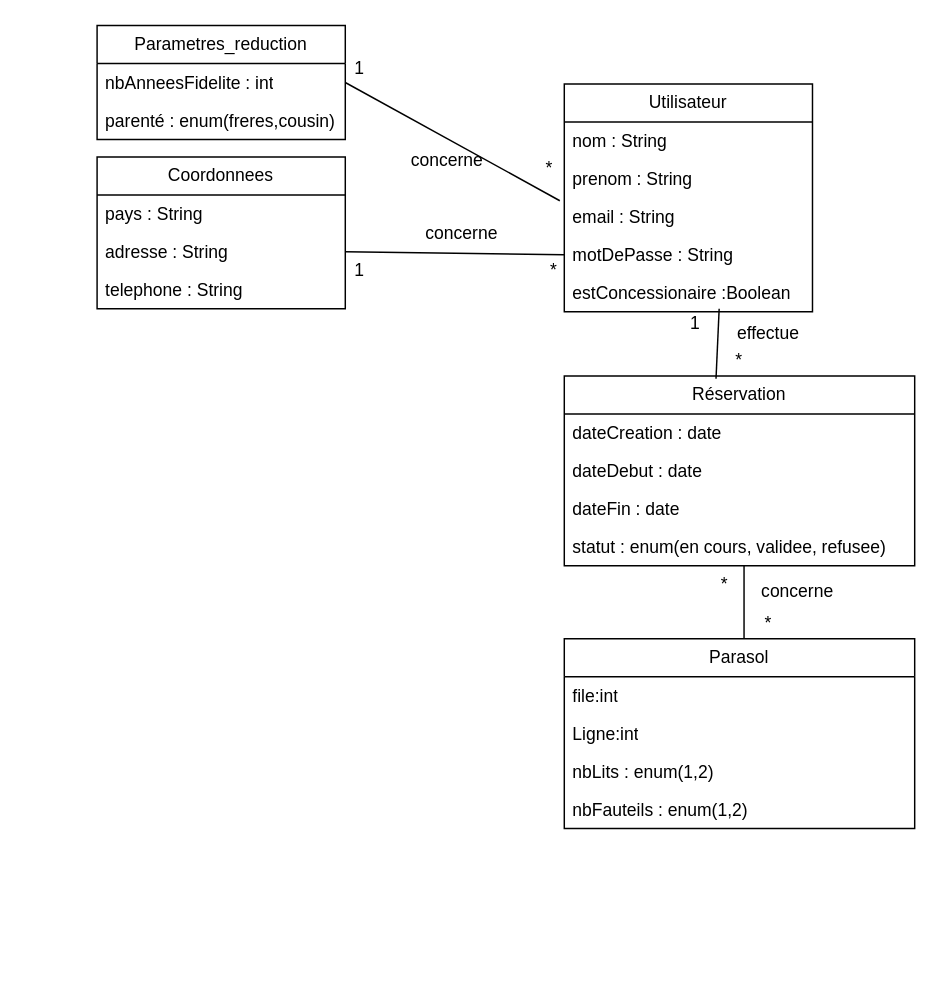
This is classes_business_case.drawio from ewan-delanoy/uml_diagram, a draw.io file, before an edit. Source tidied: cells renumbered, new cells numbered last; positions are measured from the earlier drawing's top-left corner, leaving out a move shared by most shapes. Both pictures are drawn from the tidied source at 146%, with x=0, y=0 at pixel (96, 25).
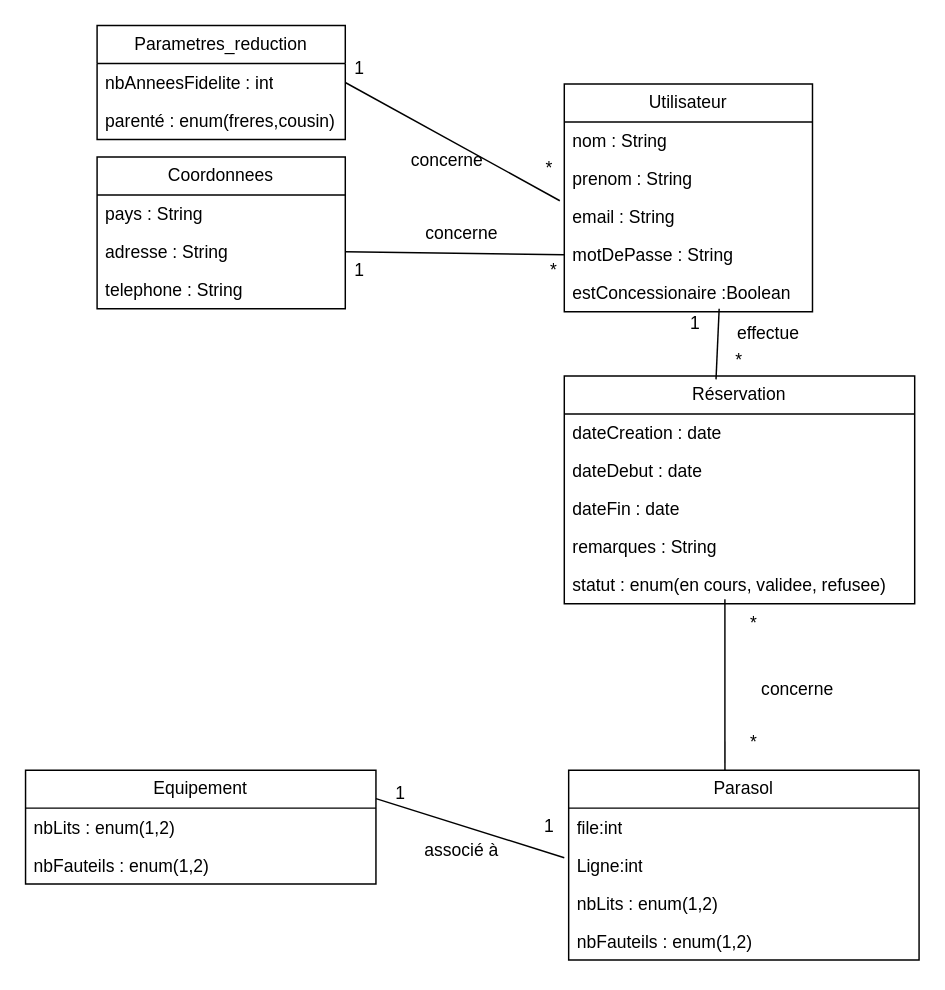
After the change.

Commit message (it also covers changes not shown here):
Mettre à jour classes_business_case.drawio

Unchanged cells that the change refers to:
```xml
<mxCell id="14" value="estConcessionaire :Boolean" style="text;strokeColor=none;fillColor=none;align=left;verticalAlign=top;spacingLeft=4;spacingRight=4;overflow=hidden;points=[[0,0.5],[1,0.5]];portConstraint=eastwest;whiteSpace=wrap;html=1;" parent="9" vertex="1">
  <mxGeometry y="130" width="170" height="26" as="geometry" />
</mxCell>
```

Change to the diagram source:
```diff
@@
     <mxCell id="15" value="Réservation" style="swimlane;fontStyle=0;horizontal=1;startSize=26;fillColor=none;whiteSpace=wrap;html=1;" parent="1" vertex="1">
-      <mxGeometry x="320" y="240" width="240" height="130" as="geometry" />
+      <mxGeometry x="320" y="240" width="240" height="156" as="geometry" />
     </mxCell>
@@
+    <mxCell id="41" value="remarques : String" style="text;strokeColor=none;fillColor=none;align=left;verticalAlign=top;spacingLeft=4;spacingRight=4;overflow=hidden;whiteSpace=wrap;html=1;" parent="15" vertex="1">
+      <mxGeometry y="104" width="240" height="26" as="geometry" />
+    </mxCell>
     <mxCell id="19" value="&lt;div&gt;statut : enum(en cours, validee, refusee)&lt;/div&gt;&lt;div&gt;&lt;br&gt;&lt;/div&gt;" style="text;strokeColor=none;fillColor=none;align=left;verticalAlign=top;spacingLeft=4;spacingRight=4;overflow=hidden;points=[[0,0.5],[1,0.5]];portConstraint=eastwest;whiteSpace=wrap;html=1;" parent="15" vertex="1">
-      <mxGeometry y="104" width="240" height="26" as="geometry" />
+      <mxGeometry y="130" width="240" height="26" as="geometry" />
     </mxCell>
     <mxCell id="20" value="Parasol" style="swimlane;fontStyle=0;horizontal=1;startSize=26;fillColor=none;whiteSpace=wrap;html=1;" parent="1" vertex="1">
-      <mxGeometry x="320" y="420" width="240" height="130" as="geometry" />
+      <mxGeometry x="323" y="510" width="240" height="130" as="geometry" />
     </mxCell>
@@
-    <mxCell id="27" style="endArrow=none;html=1;rounded=0;exitX=0.513;exitY=1;exitDx=0;exitDy=0;exitPerimeter=0;entryX=0.513;entryY=0;entryDx=0;entryDy=0;entryPerimeter=0;" parent="1" edge="1" source="19" target="20">
-      <mxGeometry relative="1" as="geometry" />
+    <mxCell id="27" style="endArrow=none;html=1;rounded=0;exitX=0.5;exitY=1;exitDx=0;exitDy=0;entryX=0.446;entryY=0;entryDx=0;entryDy=0;entryPerimeter=0;" parent="1" edge="1" target="20">
+      <mxGeometry relative="1" as="geometry">
+        <mxPoint x="430" y="393" as="sourcePoint" />
+      </mxGeometry>
     </mxCell>
@@
     <mxCell id="30" value="*" style="text;html=1;strokeColor=none;fillColor=none;align=center;verticalAlign=middle;whiteSpace=wrap;rounded=0;" parent="1" vertex="1">
-      <mxGeometry x="450" y="400" width="20" height="20" as="geometry" />
+      <mxGeometry x="440" y="400" width="20" height="20" as="geometry" />
     </mxCell>
     <mxCell id="31" value="concerne" style="text;html=1;strokeColor=none;fillColor=none;align=center;verticalAlign=middle;whiteSpace=wrap;rounded=0;" parent="1" vertex="1">
-      <mxGeometry x="450" y="373" width="60" height="30" as="geometry" />
+      <mxGeometry x="450" y="440" width="60" height="30" as="geometry" />
     </mxCell>
@@
+    <mxCell id="40" style="endArrow=none;html=1;rounded=0;entryX=0.624;entryY=0.923;entryDx=0;entryDy=0;entryPerimeter=0;exitX=0.433;exitY=0.015;exitDx=0;exitDy=0;exitPerimeter=0;" parent="1" edge="1" source="15" target="14">
+      <mxGeometry relative="1" as="geometry" />
+    </mxCell>
     <mxCell id="39" value="*" style="text;html=1;strokeColor=none;fillColor=none;align=center;verticalAlign=middle;whiteSpace=wrap;rounded=0;" parent="1" vertex="1">
-      <mxGeometry x="420" y="373" width="20" height="20" as="geometry" />
+      <mxGeometry x="440" y="481" width="20" height="20" as="geometry" />
     </mxCell>
-    <mxCell id="40" style="endArrow=none;html=1;rounded=0;entryX=0.624;entryY=0.923;entryDx=0;entryDy=0;entryPerimeter=0;exitX=0.433;exitY=0.015;exitDx=0;exitDy=0;exitPerimeter=0;" parent="1" edge="1" source="15" target="14">
-      <mxGeometry relative="1" as="geometry" />
-    </mxCell>
+    <mxCell id="42" value="Equipement" style="swimlane;fontStyle=0;horizontal=1;startSize=26;fillColor=none;whiteSpace=wrap;html=1;" parent="1" vertex="1">
+      <mxGeometry x="-49" y="510" width="240" height="78" as="geometry" />
+    </mxCell>
+    <mxCell id="43" value="nbLits : enum(1,2)" style="text;strokeColor=none;fillColor=none;align=left;verticalAlign=top;spacingLeft=4;spacingRight=4;overflow=hidden;whiteSpace=wrap;html=1;" parent="42" vertex="1">
+      <mxGeometry y="26" width="240" height="26" as="geometry" />
+    </mxCell>
+    <mxCell id="44" value="nbFauteils : enum(1,2)" style="text;strokeColor=none;fillColor=none;align=left;verticalAlign=top;spacingLeft=4;spacingRight=4;overflow=hidden;whiteSpace=wrap;html=1;" parent="42" vertex="1">
+      <mxGeometry y="52" width="240" height="26" as="geometry" />
+    </mxCell>
+    <mxCell id="45" style="endArrow=none;html=1;rounded=0;exitX=1;exitY=0.25;exitDx=0;exitDy=0;" parent="1" edge="1" source="42">
+      <mxGeometry relative="1" as="geometry">
+        <mxPoint x="320" y="570" as="targetPoint" />
+      </mxGeometry>
+    </mxCell>
+    <mxCell id="46" value="1" style="text;html=1;strokeColor=none;fillColor=none;align=center;verticalAlign=middle;whiteSpace=wrap;rounded=0;" parent="1" vertex="1">
+      <mxGeometry x="300" y="539" width="20" height="20" as="geometry" />
+    </mxCell>
+    <mxCell id="47" value="1" style="text;html=1;strokeColor=none;fillColor=none;align=center;verticalAlign=middle;whiteSpace=wrap;rounded=0;" parent="1" vertex="1">
+      <mxGeometry x="198" y="516" width="20" height="20" as="geometry" />
+    </mxCell>
+    <mxCell id="48" value="associé à" style="text;html=1;strokeColor=none;fillColor=none;align=center;verticalAlign=middle;whiteSpace=wrap;rounded=0;" parent="1" vertex="1">
+      <mxGeometry x="220" y="550" width="60" height="30" as="geometry" />
+    </mxCell>
```
